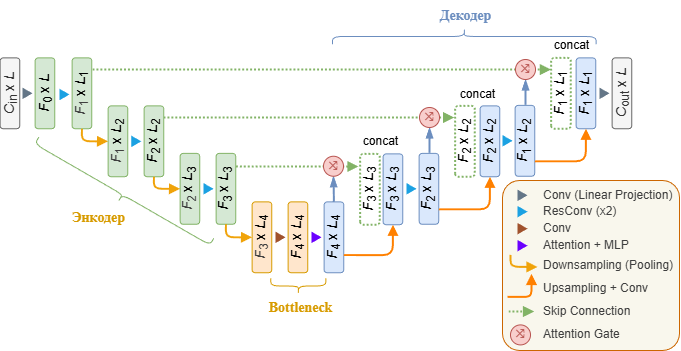
Before: images/parametersEstimation/model_block_diagram.drawio.png, a diagram exported from draw.io (romangorbunov91/master-thesis-2026). Source tidied: cells renumbered, new cells last; positions are measured from the earlier drawing's top-left corner, leaving out a move shared by most shapes.
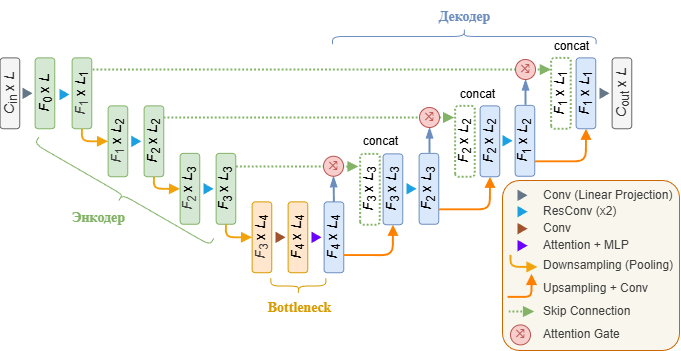
Later version of the same file.

Diff of the diagram source:
```diff
@@ -88,7 +88,7 @@
     <mxCell id="29" value="&lt;font style=&quot;font-size: 14px; line-height: 100%;&quot;&gt;&lt;i&gt;F&lt;/i&gt;&lt;sub style=&quot;line-height: 100%;&quot;&gt;0&lt;/sub&gt;&amp;nbsp;x &lt;i&gt;L&lt;/i&gt;&lt;/font&gt;" style="rounded=1;whiteSpace=wrap;html=1;rotation=-90;fillColor=#d5e8d4;strokeColor=#82b366;" parent="1" vertex="1">
       <mxGeometry x="35" y="179" width="70.9" height="19.7" as="geometry" />
     </mxCell>
-    <mxCell id="30" value="&lt;span style=&quot;text-align: left; text-wrap-mode: wrap;&quot;&gt;&lt;font face=&quot;Times New Roman&quot; style=&quot;font-size: 14px; line-height: 100%; color: rgb(215, 155, 0);&quot;&gt;&lt;b style=&quot;&quot;&gt;Энкодер&lt;/b&gt;&lt;/font&gt;&lt;/span&gt;" style="text;html=1;align=center;verticalAlign=middle;strokeColor=none;fillColor=none;" parent="1" vertex="1">
+    <mxCell id="30" value="&lt;span style=&quot;text-align: left; text-wrap-mode: wrap;&quot;&gt;&lt;font face=&quot;Times New Roman&quot; style=&quot;font-size: 14px; line-height: 100%; color: rgb(130, 179, 102);&quot;&gt;&lt;b style=&quot;&quot;&gt;Энкодер&lt;/b&gt;&lt;/font&gt;&lt;/span&gt;" style="text;html=1;align=center;verticalAlign=middle;strokeColor=none;fillColor=none;" parent="1" vertex="1">
       <mxGeometry x="88" y="300.1" width="72" height="27" as="geometry" />
     </mxCell>
     <mxCell id="31" value="&lt;div style=&quot;text-align: left;&quot;&gt;&lt;span style=&quot;background-color: transparent; font-size: 14px; text-wrap-mode: wrap;&quot;&gt;&lt;font face=&quot;Times New Roman&quot; style=&quot;color: rgb(215, 155, 0);&quot;&gt;&lt;b&gt;Bottleneck&lt;/b&gt;&lt;/font&gt;&lt;/span&gt;&lt;/div&gt;" style="text;html=1;align=center;verticalAlign=middle;strokeColor=none;fillColor=none;" parent="1" vertex="1">
```
